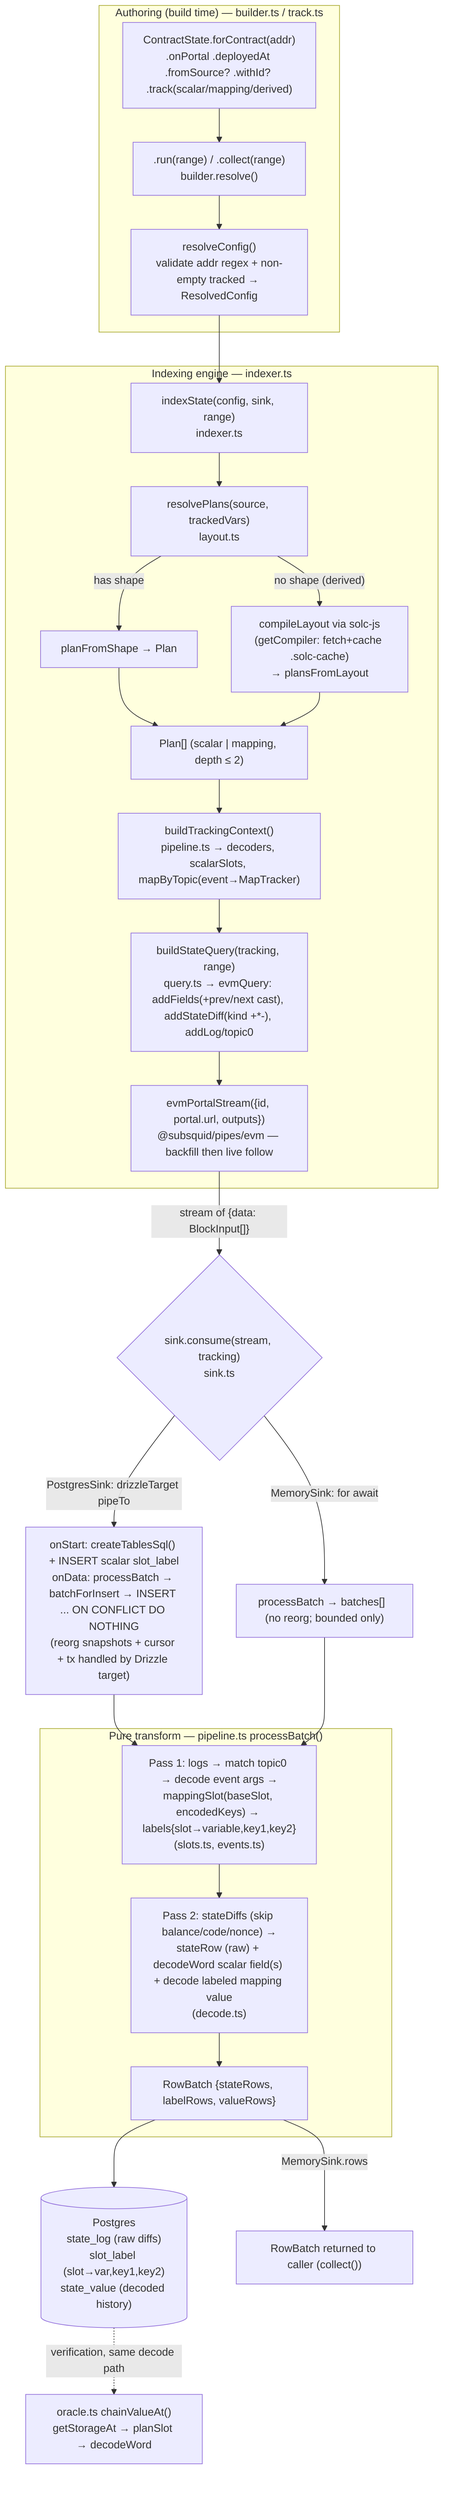
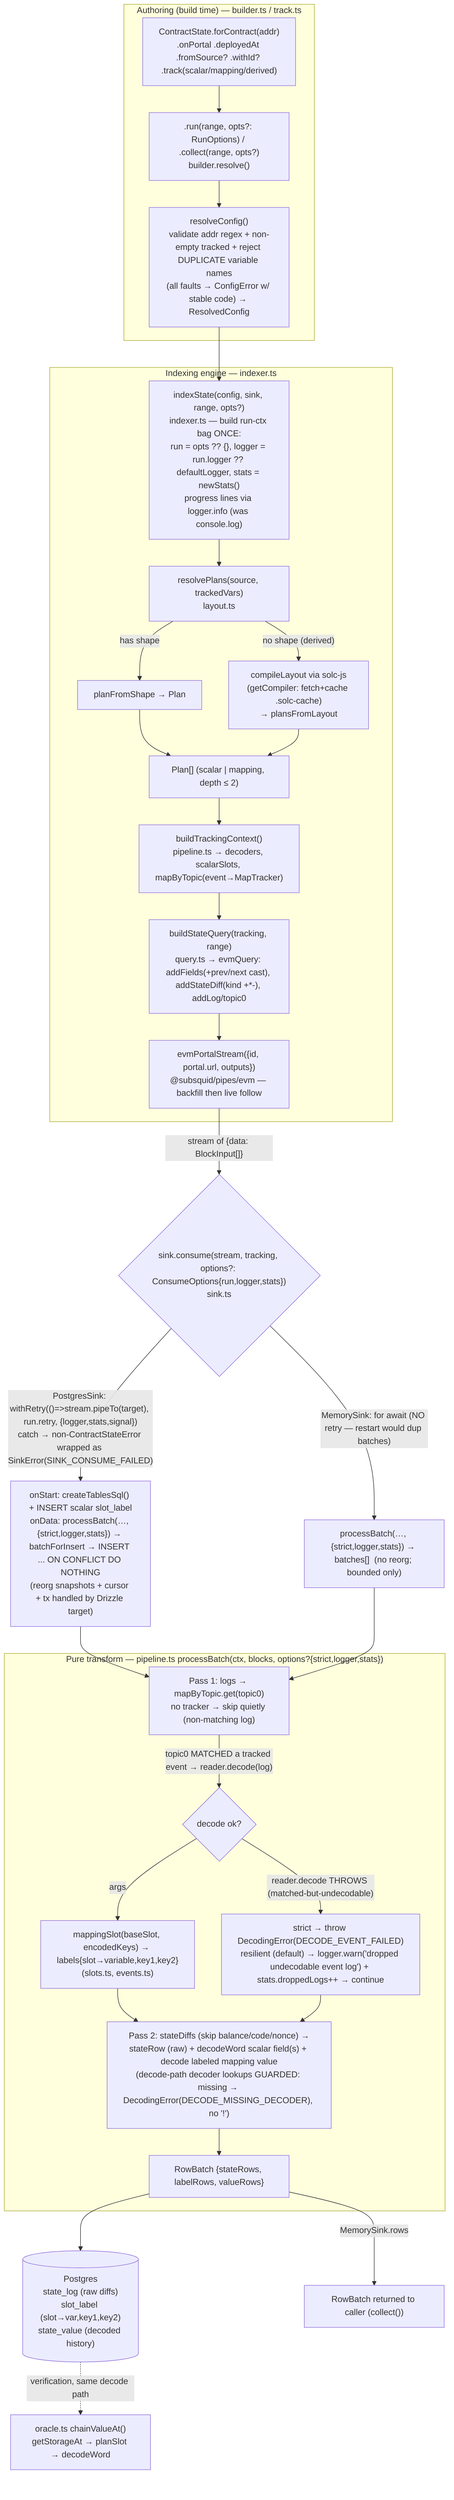
flowchart TD
    subgraph Authoring["Authoring (build time) — builder.ts / track.ts"]
        A["ContractState.forContract(addr)\n.onPortal .deployedAt .fromSource? .withId? .track(scalar/mapping/derived)"]
-         A --> B[".run(range) / .collect(range)\nbuilder.resolve()"]
-         B --> C["resolveConfig()\nvalidate addr regex + non-empty tracked → ResolvedConfig"]
+         A --> B[".run(range, opts?: RunOptions) / .collect(range, opts?)\nbuilder.resolve()"]
+         B --> C["resolveConfig()\nvalidate addr regex + non-empty tracked + reject DUPLICATE variable names\n(all faults → ConfigError w/ stable code) → ResolvedConfig"]
    end

-     C --> D["indexState(config, sink, range)\nindexer.ts"]
+     C --> D["indexState(config, sink, range, opts?)\nindexer.ts — build run-ctx bag ONCE:\nrun = opts ?? {}, logger = run.logger ?? defaultLogger, stats = newStats()\nprogress lines via logger.info (was console.log)"]

    subgraph Engine["Indexing engine — indexer.ts"]
        D --> E["resolvePlans(source, trackedVars)\nlayout.ts"]
        E -->|"has shape"| E1["planFromShape → Plan"]
        E -->|"no shape (derived)"| E2["compileLayout via solc-js\n(getCompiler: fetch+cache .solc-cache)\n→ plansFromLayout"]
        E1 --> F
        E2 --> F["Plan[] (scalar | mapping, depth ≤ 2)"]
        F --> G["buildTrackingContext()\npipeline.ts → decoders, scalarSlots, mapByTopic(event→MapTracker)"]
        G --> H["buildStateQuery(tracking, range)\nquery.ts → evmQuery: addFields(+prev/next cast), addStateDiff(kind +*-), addLog/topic0"]
        H --> I["evmPortalStream({id, portal.url, outputs})\n@subsquid/pipes/evm — backfill then live follow"]
    end

-     I -->|"stream of {data: BlockInput[]}"| J{"sink.consume(stream, tracking)\nsink.ts"}
+     I -->|"stream of {data: BlockInput[]}"| J{"sink.consume(stream, tracking, options?: ConsumeOptions{run,logger,stats})\nsink.ts"}

-     subgraph Transform["Pure transform — pipeline.ts processBatch()"]
-         K1["Pass 1: logs → match topic0 → decode event args →\nmappingSlot(baseSlot, encodedKeys) → labels{slot→variable,key1,key2}\n(slots.ts, events.ts)"]
-         K2["Pass 2: stateDiffs (skip balance/code/nonce) →\nstateRow (raw) + decodeWord scalar field(s) + decode labeled mapping value\n(decode.ts)"]
-         K1 --> K2
+     subgraph Transform["Pure transform — pipeline.ts processBatch(ctx, blocks, options?{strict,logger,stats})"]
+         K1["Pass 1: logs → mapByTopic.get(topic0)\nno tracker → skip quietly (non-matching log)"]
+         K1 -->|"topic0 MATCHED a tracked event → reader.decode(log)"| K1a{"decode ok?"}
+         K1a -->|"args"| K1b["mappingSlot(baseSlot, encodedKeys) → labels{slot→variable,key1,key2}\n(slots.ts, events.ts)"]
+         K1a -->|"reader.decode THROWS (matched-but-undecodable)"| K1c["strict → throw DecodingError(DECODE_EVENT_FAILED)\nresilient (default) → logger.warn('dropped undecodable event log') + stats.droppedLogs++ → continue"]
+         K2["Pass 2: stateDiffs (skip balance/code/nonce) →\nstateRow (raw) + decodeWord scalar field(s) + decode labeled mapping value\n(decode-path decoder lookups GUARDED: missing → DecodingError(DECODE_MISSING_DECODER), no '!')"]
+         K1b --> K2
+         K1c --> K2
        K2 --> K3["RowBatch {stateRows, labelRows, valueRows}"]
    end

-     J -->|"PostgresSink: drizzleTarget pipeTo"| T1["onStart: createTablesSql() + INSERT scalar slot_label\nonData: processBatch → batchForInsert → INSERT ... ON CONFLICT DO NOTHING\n(reorg snapshots + cursor + tx handled by Drizzle target)"]
-     J -->|"MemorySink: for await"| T2["processBatch → batches[]  (no reorg; bounded only)"]
+     J -->|"PostgresSink: withRetry(()=>stream.pipeTo(target), run.retry, {logger,stats,signal})\ncatch → non-ContractStateError wrapped as SinkError(SINK_CONSUME_FAILED)"| T1["onStart: createTablesSql() + INSERT scalar slot_label\nonData: processBatch(…, {strict,logger,stats}) → batchForInsert → INSERT ... ON CONFLICT DO NOTHING\n(reorg snapshots + cursor + tx handled by Drizzle target)"]
+     J -->|"MemorySink: for await (NO retry — restart would dup batches)"| T2["processBatch(…, {strict,logger,stats}) → batches[]  (no reorg; bounded only)"]
    T1 --> K1
    T2 --> K1

    K3 --> DB[("Postgres\nstate_log (raw diffs)\nslot_label (slot→var,key1,key2)\nstate_value (decoded history)")]
    K3 -->|"MemorySink.rows"| MEM["RowBatch returned to caller (collect())"]

    DB -.->|"verification, same decode path"| O["oracle.ts chainValueAt()\ngetStorageAt → planSlot → decodeWord"]
